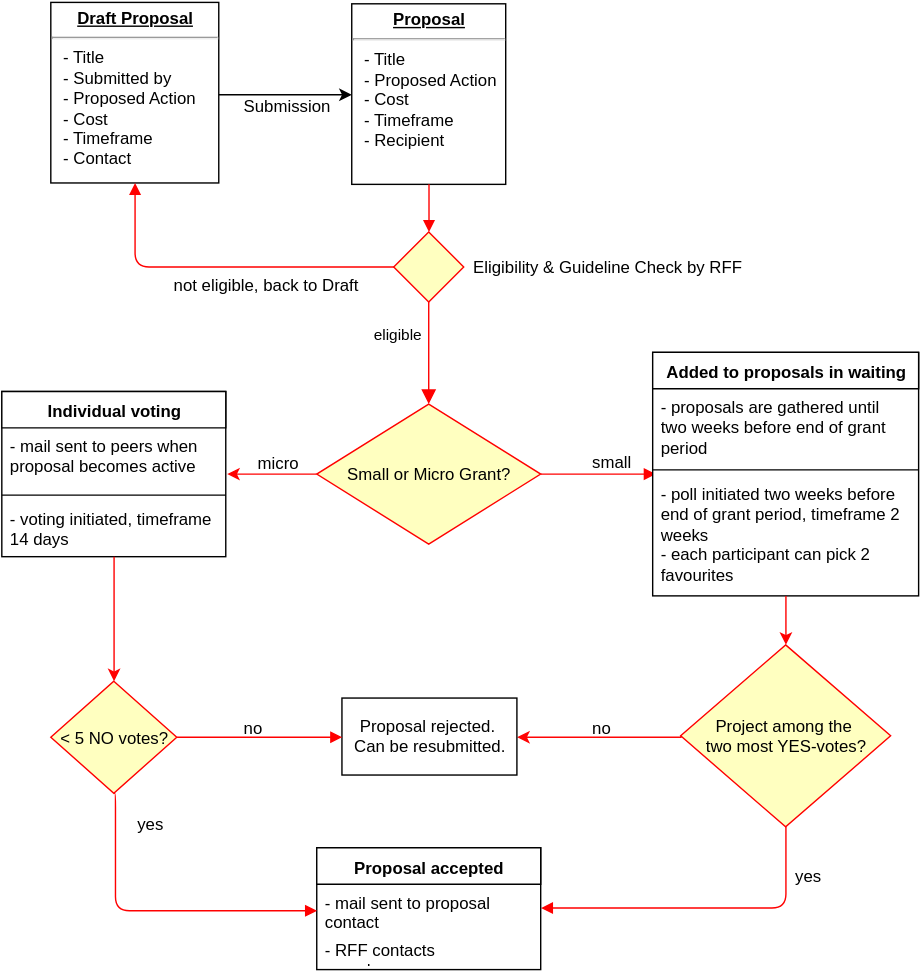
Above: app/public/assets/images/decisiontree.svg in renewablefreedom/digitalwhistleblowingfund (draw.io), before the change. Source tidied: cells renumbered, new cells last; positions are measured from the earlier drawing's top-left corner, leaving out a move shared by most shapes.
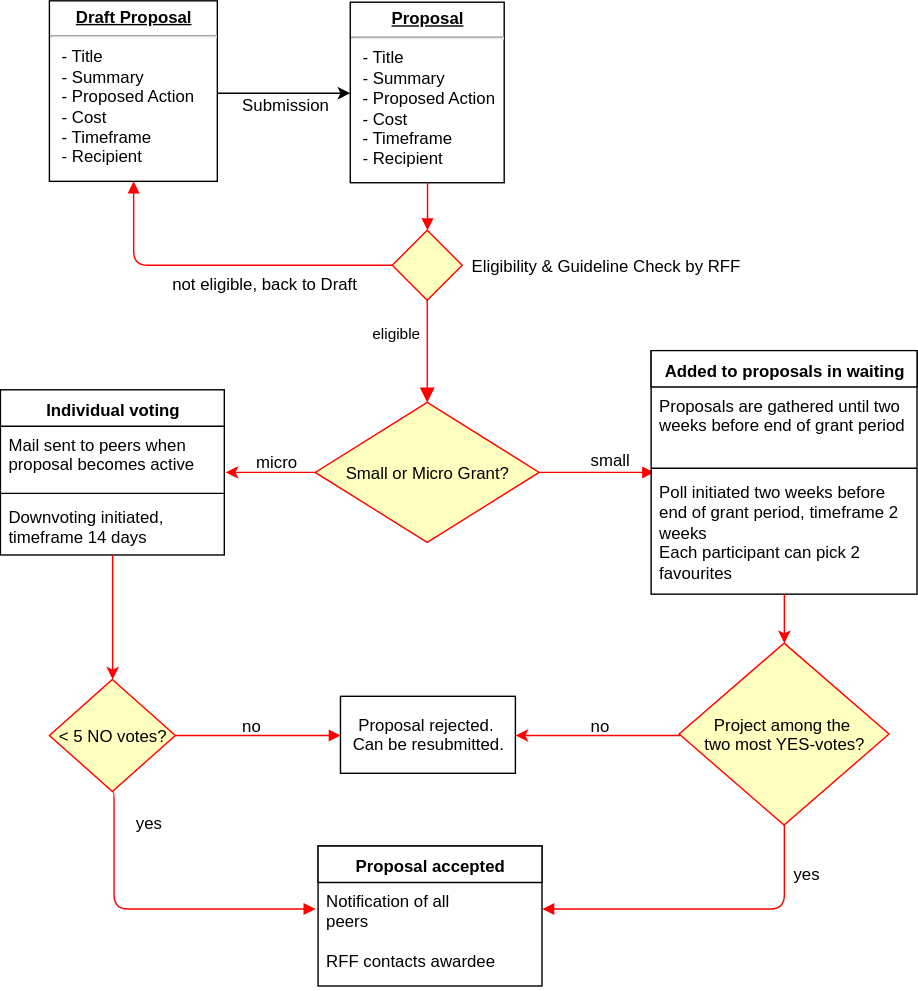
Above is the later version.

Commit message:
updated decision tree to reflect current proposal sections

What changed in the source:
```diff
@@ -10,10 +10,10 @@
         </Array>
       </mxGeometry>
     </mxCell>
-    <mxCell id="3" value="&lt;p style=&quot;margin: 0px ; margin-top: 4px ; text-align: center ; text-decoration: underline&quot;&gt;&lt;b&gt;Draft Proposal&lt;/b&gt;&lt;/p&gt;&lt;hr&gt;&lt;p style=&quot;margin: 0px ; margin-left: 8px&quot;&gt;- Title&lt;/p&gt;&lt;p style=&quot;margin: 0px ; margin-left: 8px&quot;&gt;- Submitted by&lt;/p&gt;&lt;p style=&quot;margin: 0px ; margin-left: 8px&quot;&gt;- Proposed Action&lt;/p&gt;&lt;p style=&quot;margin: 0px ; margin-left: 8px&quot;&gt;- Cost&lt;/p&gt;&lt;p style=&quot;margin: 0px ; margin-left: 8px&quot;&gt;- Timeframe&lt;/p&gt;&lt;p style=&quot;margin: 0px ; margin-left: 8px&quot;&gt;- Contact&lt;/p&gt;&lt;p style=&quot;margin: 0px ; margin-left: 8px&quot;&gt;&lt;br&gt;&lt;/p&gt;" style="verticalAlign=top;align=left;overflow=fill;fontSize=12;fontFamily=Helvetica;html=1;" parent="1" vertex="1">
+    <mxCell id="3" value="&lt;p style=&quot;margin: 0px ; margin-top: 4px ; text-align: center ; text-decoration: underline&quot;&gt;&lt;b&gt;Draft Proposal&lt;/b&gt;&lt;/p&gt;&lt;hr&gt;&lt;p style=&quot;margin: 0px ; margin-left: 8px&quot;&gt;- Title&lt;/p&gt;&lt;p style=&quot;margin: 0px ; margin-left: 8px&quot;&gt;- Summary&lt;/p&gt;&lt;p style=&quot;margin: 0px ; margin-left: 8px&quot;&gt;- Proposed Action&lt;/p&gt;&lt;p style=&quot;margin: 0px ; margin-left: 8px&quot;&gt;- Cost&lt;/p&gt;&lt;p style=&quot;margin: 0px ; margin-left: 8px&quot;&gt;- Timeframe&lt;/p&gt;&lt;p style=&quot;margin: 0px ; margin-left: 8px&quot;&gt;- Recipient&lt;/p&gt;&lt;p style=&quot;margin: 0px ; margin-left: 8px&quot;&gt;&lt;br&gt;&lt;/p&gt;" style="verticalAlign=top;align=left;overflow=fill;fontSize=12;fontFamily=Helvetica;html=1;" parent="1" vertex="1">
       <mxGeometry x="35" width="120" height="129" as="geometry" />
     </mxCell>
-    <mxCell id="4" value="&lt;p style=&quot;margin: 0px ; margin-top: 4px ; text-align: center ; text-decoration: underline&quot;&gt;&lt;b&gt;Proposal&lt;/b&gt;&lt;br&gt;&lt;/p&gt;&lt;hr&gt;&lt;p style=&quot;margin: 0px ; margin-left: 8px&quot;&gt;- Title&lt;/p&gt;&lt;p style=&quot;margin: 0px ; margin-left: 8px&quot;&gt;- Proposed Action&lt;/p&gt;&lt;p style=&quot;margin: 0px ; margin-left: 8px&quot;&gt;- Cost&lt;/p&gt;&lt;p style=&quot;margin: 0px ; margin-left: 8px&quot;&gt;- Timeframe&lt;/p&gt;&lt;p style=&quot;margin: 0px ; margin-left: 8px&quot;&gt;- Recipient&lt;/p&gt;&lt;p style=&quot;margin: 0px ; margin-left: 8px&quot;&gt;&lt;br&gt;&lt;/p&gt;" style="verticalAlign=top;align=left;overflow=fill;fontSize=12;fontFamily=Helvetica;html=1;" parent="1" vertex="1">
+    <mxCell id="4" value="&lt;p style=&quot;margin: 0px ; margin-top: 4px ; text-align: center ; text-decoration: underline&quot;&gt;&lt;b&gt;Proposal&lt;/b&gt;&lt;br&gt;&lt;/p&gt;&lt;hr&gt;&lt;p style=&quot;margin: 0px ; margin-left: 8px&quot;&gt;- Title&lt;/p&gt;&lt;p style=&quot;margin: 0px ; margin-left: 8px&quot;&gt;- Summary&lt;/p&gt;&lt;p style=&quot;margin: 0px ; margin-left: 8px&quot;&gt;- Proposed Action&lt;/p&gt;&lt;p style=&quot;margin: 0px ; margin-left: 8px&quot;&gt;- Cost&lt;/p&gt;&lt;p style=&quot;margin: 0px ; margin-left: 8px&quot;&gt;- Timeframe&lt;/p&gt;&lt;p style=&quot;margin: 0px ; margin-left: 8px&quot;&gt;- Recipient&lt;/p&gt;&lt;p style=&quot;margin: 0px ; margin-left: 8px&quot;&gt;&lt;br&gt;&lt;/p&gt;" style="verticalAlign=top;align=left;overflow=fill;fontSize=12;fontFamily=Helvetica;html=1;" parent="1" vertex="1">
       <mxGeometry x="250" y="1" width="110" height="129" as="geometry" />
     </mxCell>
     <mxCell id="5" value="Submission&lt;div&gt;&lt;br&gt;&lt;/div&gt;" style="text;html=1;align=left;verticalAlign=top;spacingTop=-4;" parent="1" vertex="1">
@@ -54,13 +54,13 @@
     <mxCell id="14" value="Individual voting" style="swimlane;html=1;fontStyle=1;align=center;verticalAlign=top;horizontal=1;startSize=26;swimlaneFillColor=#ffffff;" parent="1" vertex="1">
       <mxGeometry y="278" width="160" height="118" as="geometry" />
     </mxCell>
-    <mxCell id="15" value="- mail sent to peers when proposal becomes active" style="text;html=1;strokeColor=none;fillColor=none;align=left;verticalAlign=top;spacingLeft=4;spacingRight=4;whiteSpace=wrap;overflow=hidden;" parent="14" vertex="1">
+    <mxCell id="15" value="Mail sent to peers when proposal becomes active" style="text;html=1;strokeColor=none;fillColor=none;align=left;verticalAlign=top;spacingLeft=4;spacingRight=4;whiteSpace=wrap;overflow=hidden;" parent="14" vertex="1">
       <mxGeometry y="26" width="160" height="44" as="geometry" />
     </mxCell>
     <mxCell id="16" style="line;html=1;strokeWidth=1;fillColor=none;align=left;verticalAlign=middle;spacingTop=-1;spacingLeft=3;spacingRight=3;labelPosition=right;" parent="14" vertex="1">
       <mxGeometry y="70" width="160" height="8" as="geometry" />
     </mxCell>
-    <mxCell id="17" value="- voting initiated, timeframe 14 days&lt;div&gt;&lt;br&gt;&lt;/div&gt;" style="text;html=1;strokeColor=none;fillColor=none;align=left;verticalAlign=top;spacingLeft=4;spacingRight=4;whiteSpace=wrap;overflow=hidden;" parent="14" vertex="1">
+    <mxCell id="17" value="Downvoting initiated, timeframe 14 days&lt;div&gt;&lt;br&gt;&lt;/div&gt;" style="text;html=1;strokeColor=none;fillColor=none;align=left;verticalAlign=top;spacingLeft=4;spacingRight=4;whiteSpace=wrap;overflow=hidden;" parent="14" vertex="1">
       <mxGeometry y="78" width="160" height="40" as="geometry" />
     </mxCell>
     <mxCell id="18" value="micro&lt;div&gt;&lt;br&gt;&lt;/div&gt;" style="text;html=1;align=left;verticalAlign=top;spacingTop=-4;" parent="1" vertex="1">
@@ -75,13 +75,13 @@
     <mxCell id="21" value="Added to proposals in waiting&lt;div&gt;&lt;br&gt;&lt;/div&gt;" style="swimlane;html=1;fontStyle=1;align=center;verticalAlign=top;horizontal=1;startSize=26;swimlaneFillColor=#ffffff;" parent="1" vertex="1">
       <mxGeometry x="465" y="250" width="190" height="174" as="geometry" />
     </mxCell>
-    <mxCell id="22" value="- proposals are gathered until two weeks before end of grant period&lt;div&gt;&lt;br&gt;&lt;/div&gt;" style="text;html=1;strokeColor=none;fillColor=none;align=left;verticalAlign=top;spacingLeft=4;spacingRight=4;whiteSpace=wrap;overflow=hidden;" parent="21" vertex="1">
+    <mxCell id="22" value="Proposals are gathered until two weeks before end of grant period&lt;div&gt;&lt;br&gt;&lt;/div&gt;" style="text;html=1;strokeColor=none;fillColor=none;align=left;verticalAlign=top;spacingLeft=4;spacingRight=4;whiteSpace=wrap;overflow=hidden;" parent="21" vertex="1">
       <mxGeometry y="26" width="190" height="54" as="geometry" />
     </mxCell>
     <mxCell id="23" style="line;html=1;strokeWidth=1;fillColor=none;align=left;verticalAlign=middle;spacingTop=-1;spacingLeft=3;spacingRight=3;labelPosition=right;" parent="21" vertex="1">
       <mxGeometry y="80" width="190" height="8" as="geometry" />
     </mxCell>
-    <mxCell id="24" value="- poll initiated two weeks before end of grant period, timeframe 2 weeks&lt;div&gt;&lt;span&gt;- eac&lt;/span&gt;&lt;span&gt;h participant can pick 2 favourites&lt;/span&gt;&lt;/div&gt;" style="text;html=1;strokeColor=none;fillColor=none;align=left;verticalAlign=top;spacingLeft=4;spacingRight=4;whiteSpace=wrap;overflow=hidden;" parent="21" vertex="1">
+    <mxCell id="24" value="Poll initiated two weeks before end of grant period, timeframe 2 weeks&lt;div&gt;&lt;span&gt;Eac&lt;/span&gt;&lt;span&gt;h participant can pick 2 favourites&lt;/span&gt;&lt;/div&gt;" style="text;html=1;strokeColor=none;fillColor=none;align=left;verticalAlign=top;spacingLeft=4;spacingRight=4;whiteSpace=wrap;overflow=hidden;" parent="21" vertex="1">
       <mxGeometry y="88" width="190" height="86" as="geometry" />
     </mxCell>
     <mxCell id="25" value="small&lt;div&gt;&lt;br&gt;&lt;/div&gt;" style="text;html=1;align=left;verticalAlign=top;spacingTop=-4;" parent="1" vertex="1">
@@ -97,21 +97,22 @@
     <mxCell id="27" value="Project among the&amp;nbsp;&lt;div&gt;two most YES-votes?&lt;/div&gt;" style="rhombus;whiteSpace=wrap;html=1;fillColor=#ffffc0;strokeColor=#ff0000;" parent="1" vertex="1">
       <mxGeometry x="485" y="459" width="150" height="130" as="geometry" />
     </mxCell>
-    <mxCell id="28" value="yes" style="edgeStyle=orthogonalEdgeStyle;html=1;align=left;verticalAlign=top;endArrow=block;endSize=6;strokeColor=#ff0000;endFill=1;fontSize=12;entryX=1;entryY=0.5;" parent="1" edge="1" source="27" target="31">
-      <mxGeometry x="-0.81" y="5" relative="1" as="geometry" />
+    <mxCell id="28" value="yes" style="edgeStyle=orthogonalEdgeStyle;html=1;align=left;verticalAlign=top;endArrow=block;endSize=6;strokeColor=#ff0000;endFill=1;fontSize=12;entryX=1.001;entryY=0.257;entryPerimeter=0;" parent="1" edge="1" source="27" target="31">
+      <mxGeometry x="-0.81" y="5" relative="1" as="geometry">
+        <Array as="points">
+          <mxPoint x="560" y="649" />
+        </Array>
+      </mxGeometry>
     </mxCell>
     <mxCell id="29" value="Proposal rejected.&amp;nbsp;&lt;div&gt;Can be resubmitted.&lt;/div&gt;" style="html=1;" parent="1" vertex="1">
       <mxGeometry x="243" y="497" width="125" height="55" as="geometry" />
     </mxCell>
     <mxCell id="30" value="Proposal accepted" style="swimlane;html=1;fontStyle=1;align=center;verticalAlign=top;horizontal=1;startSize=26;swimlaneFillColor=#ffffff;" parent="1" vertex="1">
-      <mxGeometry x="225" y="604" width="160" height="87" as="geometry" />
+      <mxGeometry x="227" y="604" width="160" height="100" as="geometry" />
     </mxCell>
-    <mxCell id="31" value="- mail sent to proposal contact" style="text;html=1;strokeColor=none;fillColor=none;align=left;verticalAlign=top;spacingLeft=4;spacingRight=4;whiteSpace=wrap;overflow=hidden;points=[[0,0.5],[1,0.5]];portConstraint=eastwest;" parent="30" vertex="1">
-      <mxGeometry y="26" width="160" height="34" as="geometry" />
+    <mxCell id="31" value="Notification of all peers&lt;div&gt;&lt;br&gt;&lt;/div&gt;&lt;div&gt;RFF contacts awardee&lt;/div&gt;" style="text;html=1;strokeColor=none;fillColor=none;align=left;verticalAlign=top;spacingLeft=4;spacingRight=4;whiteSpace=wrap;overflow=hidden;points=[[0,0.5],[1,0.5]];portConstraint=eastwest;" parent="30" vertex="1">
+      <mxGeometry y="26" width="160" height="74" as="geometry" />
     </mxCell>
-    <mxCell id="32" value="- RFF contacts awardee" style="text;html=1;strokeColor=none;fillColor=none;align=left;verticalAlign=top;spacingLeft=4;spacingRight=4;whiteSpace=wrap;overflow=hidden;" parent="30" vertex="1">
-      <mxGeometry y="60" width="160" height="22" as="geometry" />
-    </mxCell>
     <mxCell id="33" style="endArrow=classic;html=1;strokeColor=#FF0000;entryX=0.5;entryY=0;exitX=0.5;exitY=1;" parent="1" edge="1" source="21" target="27">
       <mxGeometry relative="1" as="geometry" />
     </mxCell>
```
